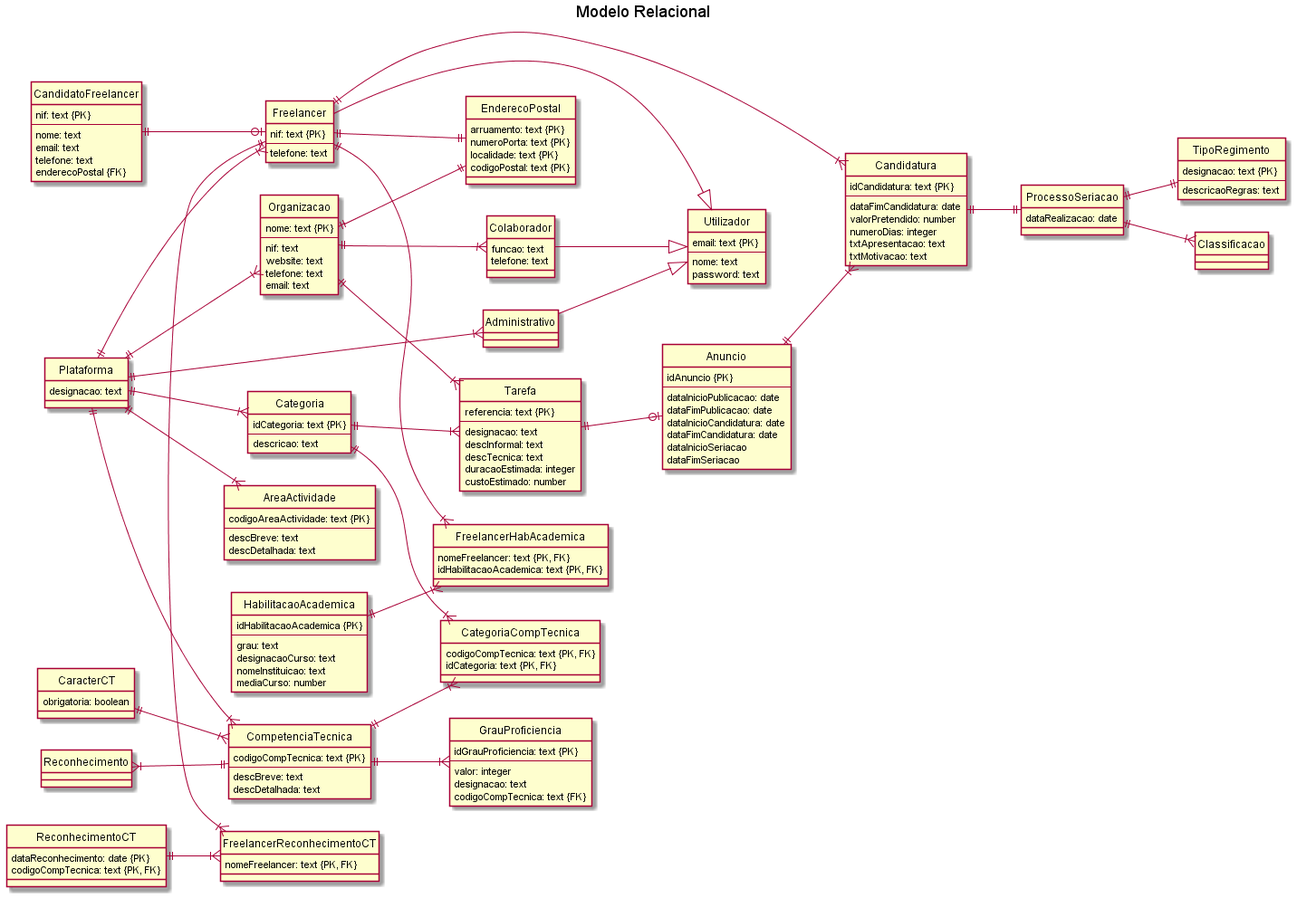
Before: Documentação/Sprint 3/Base de Dados/Modelo_Relacional.png, a diagram exported from PlantUML (blestonbandeiraUPSKILL/upskill_java1_labprg_grupo2). Its diagram source:
```plantuml
@startuml

left to right direction
title Modelo Relacional

hide circle

entity "Plataforma" {
    designacao: text
}

entity "Organizacao" {
    nome: text {PK}
    --
    nif: text
    website: text
    telefone: text
    email: text
}

entity "Colaborador" {
    funcao: text
    telefone: text
}

entity "Utilizador" {
    email: text {PK}
    --
    nome: text
    password: text
}

entity "Administrativo" {
}

entity "Categoria" {
    idCategoria: text {PK}
    --
    descricao: text
}

entity "CompetenciaTecnica" {
    codigoCompTecnica: text {PK}
    --
    descBreve: text
    descDetalhada: text
}

entity "CategoriaCompTecnica" {
    codigoCompTecnica: text {PK, FK}
    idCategoria: text {PK, FK}
}

entity "AreaActividade" {
    codigoAreaActividade: text {PK}
    --
    descBreve: text
    descDetalhada: text
}

entity "GrauProficiencia" {
    idGrauProficiencia: text {PK}
    --
    valor: integer
    designacao: text
    codigoCompTecnica: text {FK}
}

entity "Freelancer" {
    nif: text {PK}
    --
    telefone: text
}

entity "CandidatoFreelancer" {
    nif: text {PK}
    --
    nome: text
    email: text
    telefone: text
    enderecoPostal {FK}
}

entity "EnderecoPostal" {
    arruamento: text {PK}
    numeroPorta: text {PK}
    localidade: text {PK}
    codigoPostal: text {PK}
}

entity "Tarefa" {
    referencia: text {PK}
    --
    designacao: text
    descInformal: text
    descTecnica: text
    duracaoEstimada: integer
    custoEstimado: number
}

entity "Anuncio" {
    idAnuncio {PK}
    --
    dataInicioPublicacao: date
    dataFimPublicacao: date
    dataInicioCandidatura: date
    dataFimCandidatura: date
    dataInicioSeriacao
    dataFimSeriacao
}

entity "ProcessoSeriacao" {
    dataRealizacao: date
}

entity "TipoRegimento" {
    designacao: text {PK}
    --
    descricaoRegras: text
}

entity "Candidatura" {
    idCandidatura: text {PK}
    --
    dataFimCandidatura: date
    valorPretendido: number
    numeroDias: integer
    txtApresentacao: text
    txtMotivacao: text
}

entity "HabilitacaoAcademica" {
    idHabilitacaoAcademica {PK}
    --
    grau: text
    designacaoCurso: text
    nomeInstituicao: text
    mediaCurso: number
}

entity "ReconhecimentoCT" {
    dataReconhecimento: date {PK}
    codigoCompTecnica: text {PK, FK}
}

entity "FreelancerHabAcademica" {
    nomeFreelancer: text {PK, FK}
    idHabilitacaoAcademica: text {PK, FK}
}

entity "FreelancerReconhecimentoCT" {
    nomeFreelancer: text {PK, FK}

}
entity "CaracterCT" {
    obrigatoria: boolean
}

Plataforma ||--|{ Organizacao
Plataforma ||--|{ Administrativo
Plataforma ||--|{ Categoria
Plataforma ||--|{ CompetenciaTecnica
Plataforma ||--|{ AreaActividade
Plataforma ||--|{ Freelancer
Freelancer --|> Utilizador
Administrativo --|> Utilizador
Categoria ||--|{ CategoriaCompTecnica
CompetenciaTecnica ||--|{ CategoriaCompTecnica
CompetenciaTecnica ||--|{ GrauProficiencia
Organizacao ||--|{ Tarefa
Categoria ||--|{ Tarefa
Tarefa ||--o| Anuncio
Organizacao ||--|{ Colaborador
Colaborador --|> Utilizador
CandidatoFreelancer ||--o| Freelancer
Anuncio ||--|{ Candidatura
Freelancer||--|{ Candidatura
Organizacao ||--|| EnderecoPostal
Freelancer ||--|| EnderecoPostal
Candidatura ||--|| ProcessoSeriacao
ProcessoSeriacao ||--|| TipoRegimento
ProcessoSeriacao ||--|{ Classificacao
Freelancer ||--|{ FreelancerHabAcademica
HabilitacaoAcademica ||--|{ FreelancerHabAcademica
Freelancer ||-|{ FreelancerReconhecimentoCT
ReconhecimentoCT ||--|{ FreelancerReconhecimentoCT
Reconhecimento }|--|| CompetenciaTecnica
CaracterCT ||--|{ CompetenciaTecnica









@enduml
```
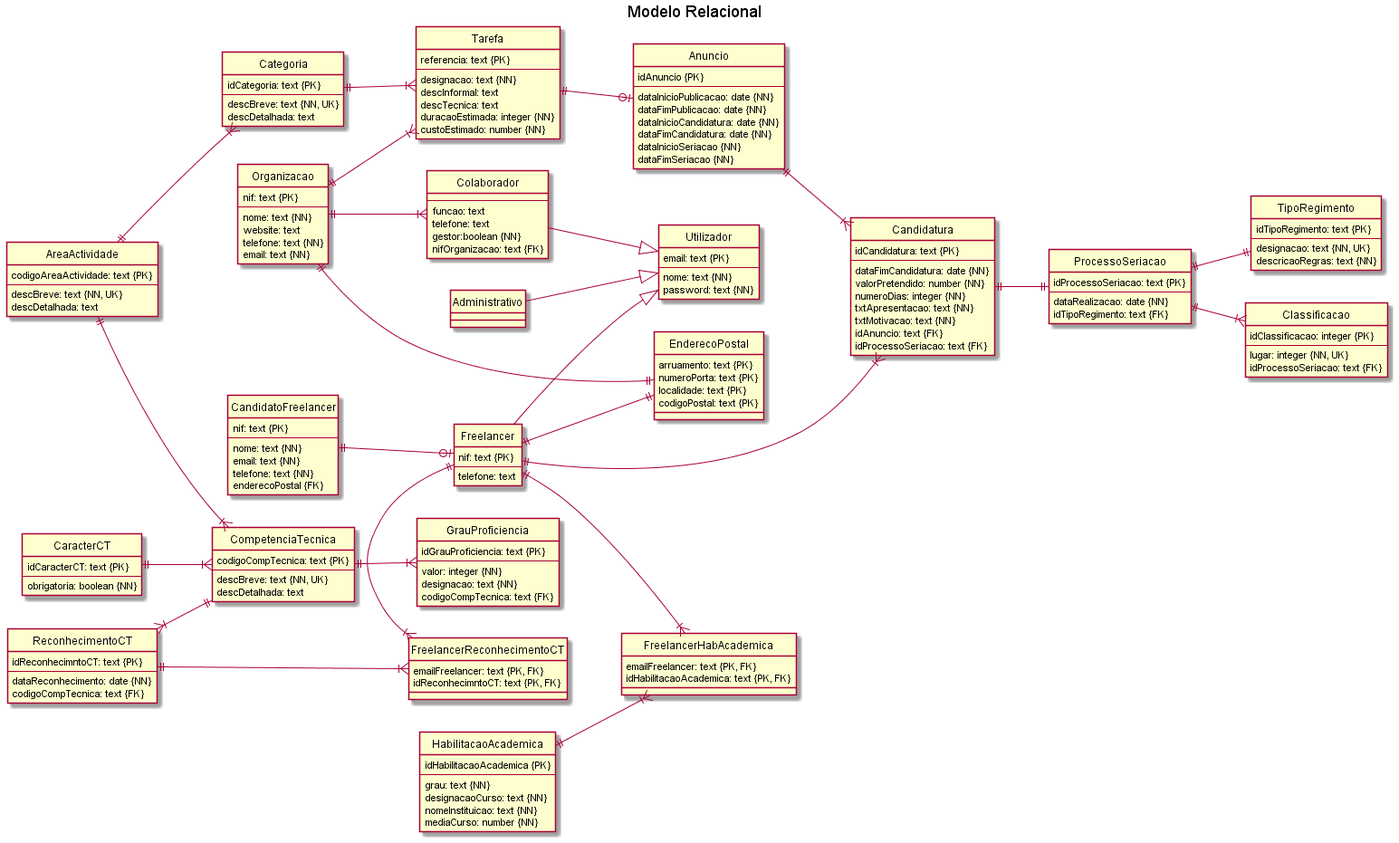
Later version of the same file.

Commit message:
modelo relacional - update

The edit, as a diff of the source:
```diff
@@ -5,29 +5,28 @@
 
 hide circle
 
-entity "Plataforma" {
-    designacao: text
-}
-
 entity "Organizacao" {
-    nome: text {PK}
+    nif: text {PK}
     --
-    nif: text
+    nome: text {NN}
     website: text
-    telefone: text
-    email: text
+    telefone: text {NN}
+    email: text {NN}
 }
 
 entity "Colaborador" {
+    --
     funcao: text
     telefone: text
+    gestor:boolean {NN}
+    nifOrganizacao: text {FK}
 }
 
 entity "Utilizador" {
     email: text {PK}
     --
-    nome: text
-    password: text
+    nome: text {NN}
+    password: text {NN}
 }
 
 entity "Administrativo" {
@@ -36,33 +35,29 @@
 entity "Categoria" {
     idCategoria: text {PK}
     --
-    descricao: text
+    descBreve: text {NN, UK}
+    descDetalhada: text
 }
 
 entity "CompetenciaTecnica" {
     codigoCompTecnica: text {PK}
     --
-    descBreve: text
+    descBreve: text {NN, UK}
     descDetalhada: text
-}
-
-entity "CategoriaCompTecnica" {
-    codigoCompTecnica: text {PK, FK}
-    idCategoria: text {PK, FK}
 }
 
 entity "AreaActividade" {
     codigoAreaActividade: text {PK}
     --
-    descBreve: text
+    descBreve: text {NN, UK}
     descDetalhada: text
 }
 
 entity "GrauProficiencia" {
     idGrauProficiencia: text {PK}
     --
-    valor: integer
-    designacao: text
+    valor: integer {NN}
+    designacao: text {NN}
     codigoCompTecnica: text {FK}
 }
 
@@ -75,9 +70,9 @@
 entity "CandidatoFreelancer" {
     nif: text {PK}
     --
-    nome: text
-    email: text
-    telefone: text
+    nome: text {NN}
+    email: text {NN}
+    telefone: text {NN}
     enderecoPostal {FK}
 }
 
@@ -91,81 +86,94 @@
 entity "Tarefa" {
     referencia: text {PK}
     --
-    designacao: text
+    designacao: text {NN}
     descInformal: text
     descTecnica: text
-    duracaoEstimada: integer
-    custoEstimado: number
+    duracaoEstimada: integer {NN}
+    custoEstimado: number {NN}
 }
 
 entity "Anuncio" {
     idAnuncio {PK}
     --
-    dataInicioPublicacao: date
-    dataFimPublicacao: date
-    dataInicioCandidatura: date
-    dataFimCandidatura: date
-    dataInicioSeriacao
-    dataFimSeriacao
+    dataInicioPublicacao: date {NN}
+    dataFimPublicacao: date {NN}
+    dataInicioCandidatura: date {NN}
+    dataFimCandidatura: date {NN}
+    dataInicioSeriacao {NN}
+    dataFimSeriacao {NN}
 }
 
 entity "ProcessoSeriacao" {
-    dataRealizacao: date
+    idProcessoSeriacao: text {PK}
+    --
+    dataRealizacao: date {NN}
+    idTipoRegimento: text {FK}
 }
 
 entity "TipoRegimento" {
-    designacao: text {PK}
+    idTipoRegimento: text {PK}
     --
-    descricaoRegras: text
+    designacao: text {NN, UK}
+    descricaoRegras: text {NN}
+}
+
+entity "Classificacao" {
+    idClassificacao: integer {PK}
+    --
+    lugar: integer {NN, UK}
+    idProcessoSeriacao: text {FK}
 }
 
 entity "Candidatura" {
     idCandidatura: text {PK}
     --
-    dataFimCandidatura: date
-    valorPretendido: number
-    numeroDias: integer
-    txtApresentacao: text
-    txtMotivacao: text
+    dataFimCandidatura: date {NN}
+    valorPretendido: number {NN}
+    numeroDias: integer {NN}
+    txtApresentacao: text {NN}
+    txtMotivacao: text {NN}
+    idAnuncio: text {FK}
+    idProcessoSeriacao: text {FK}
 }
 
 entity "HabilitacaoAcademica" {
     idHabilitacaoAcademica {PK}
     --
-    grau: text
-    designacaoCurso: text
-    nomeInstituicao: text
-    mediaCurso: number
+    grau: text {NN}
+    designacaoCurso: text {NN}
+    nomeInstituicao: text {NN}
+    mediaCurso: number {NN}
 }
 
 entity "ReconhecimentoCT" {
-    dataReconhecimento: date {PK}
-    codigoCompTecnica: text {PK, FK}
+    idReconhecimntoCT: text {PK}
+    --
+    dataReconhecimento: date {NN}
+    codigoCompTecnica: text {FK}
 }
 
 entity "FreelancerHabAcademica" {
-    nomeFreelancer: text {PK, FK}
+    emailFreelancer: text {PK, FK}
     idHabilitacaoAcademica: text {PK, FK}
 }
 
 entity "FreelancerReconhecimentoCT" {
-    nomeFreelancer: text {PK, FK}
+    emailFreelancer: text {PK, FK}
+    idReconhecimntoCT: text {PK, FK}
 
 }
+
 entity "CaracterCT" {
-    obrigatoria: boolean
+    idCaracterCT: text {PK}
+    --
+    obrigatoria: boolean {NN}
 }
 
-Plataforma ||--|{ Organizacao
-Plataforma ||--|{ Administrativo
-Plataforma ||--|{ Categoria
-Plataforma ||--|{ CompetenciaTecnica
-Plataforma ||--|{ AreaActividade
-Plataforma ||--|{ Freelancer
+AreaActividade ||--|{ Categoria
 Freelancer --|> Utilizador
 Administrativo --|> Utilizador
-Categoria ||--|{ CategoriaCompTecnica
-CompetenciaTecnica ||--|{ CategoriaCompTecnica
+AreaActividade ||--|{ CompetenciaTecnica
 CompetenciaTecnica ||--|{ GrauProficiencia
 Organizacao ||--|{ Tarefa
 Categoria ||--|{ Tarefa
@@ -184,15 +192,8 @@
 HabilitacaoAcademica ||--|{ FreelancerHabAcademica
 Freelancer ||-|{ FreelancerReconhecimentoCT
 ReconhecimentoCT ||--|{ FreelancerReconhecimentoCT
-Reconhecimento }|--|| CompetenciaTecnica
+ReconhecimentoCT }|--|| CompetenciaTecnica
 CaracterCT ||--|{ CompetenciaTecnica
 
 
-
-
-
-
-
-
-
 @enduml
```
